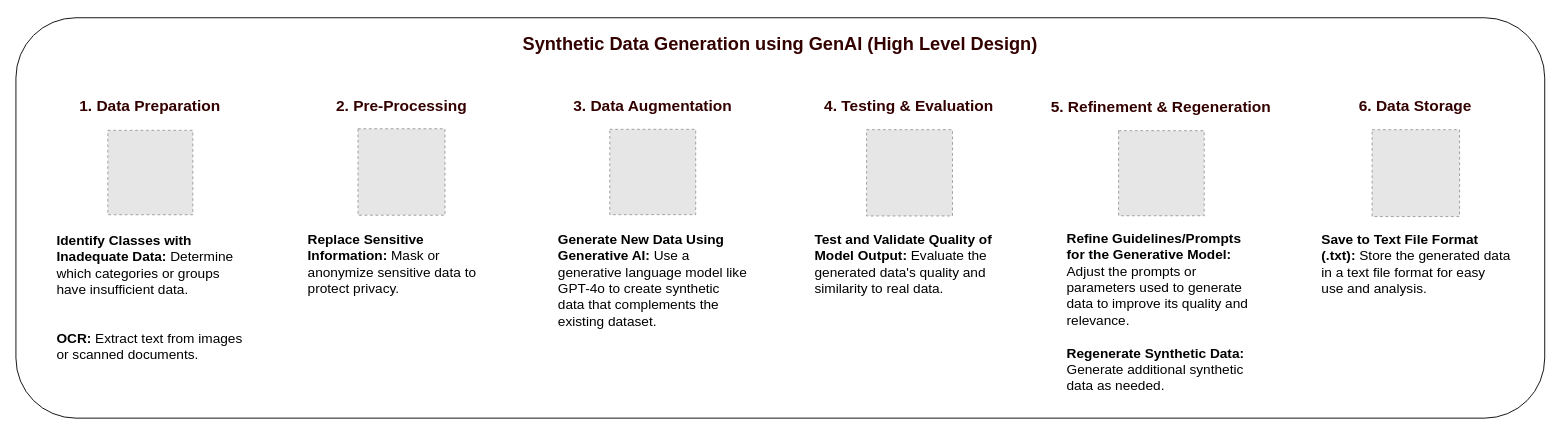
sidthedesigner/Draw.io keeps this draw.io diagram as Synthetic AI.drawio. Above is the earlier version. Source tidied: cells renumbered, new cells numbered last; positions are measured from the earlier drawing's top-left corner, leaving out a move shared by most shapes. Both pictures are drawn from the tidied source at 91%, with x=0, y=0 at pixel (15, 17). Pictures stored in the file or linked from it are replaced by grey dashed boxes.
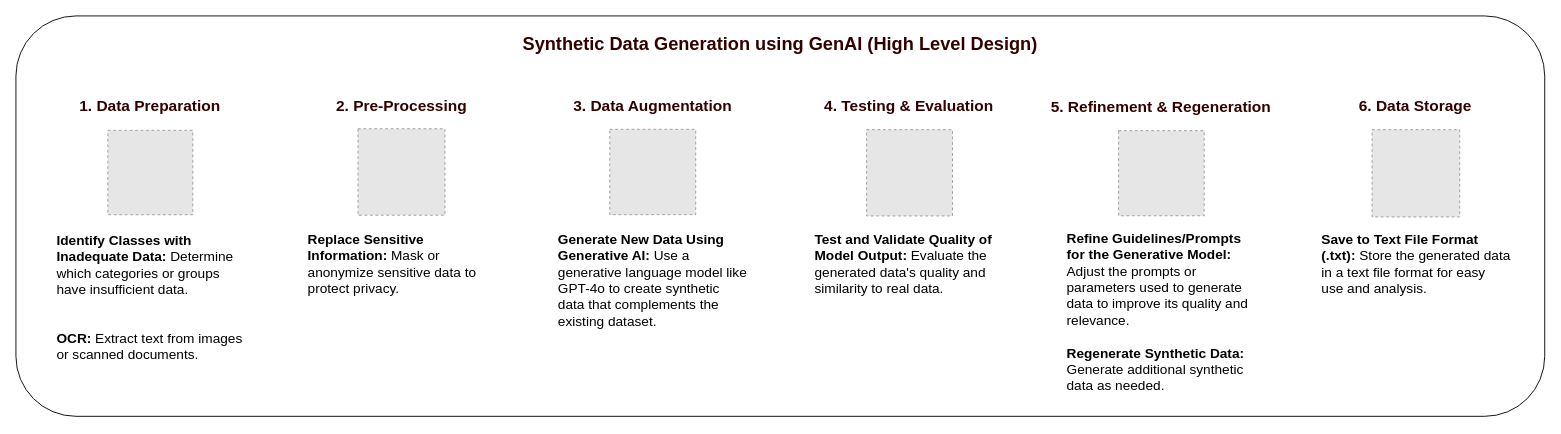
After the change.

Change to the diagram source:
```diff
@@
-    <mxCell id="2" style="fillColor=#E6E6E6;strokeColor=#999999;dashed=1;verticalLabelPosition=bottom;labelBackgroundColor=default;verticalAlign=top;" parent="1" vertex="1">
-      <mxGeometry x="1490.3" y="123" width="96.1" height="95.5" as="geometry" />
-    </mxCell>
+    <mxCell id="22" style="fillColor=#E6E6E6;strokeColor=#999999;dashed=1;verticalLabelPosition=bottom;labelBackgroundColor=default;verticalAlign=top;" parent="1" vertex="1">
+      <mxGeometry x="1490.3" y="123" width="96.3" height="95.9" as="geometry" />
+    </mxCell>
@@
     <mxCell id="21" style="rounded=1;whiteSpace=wrap;html=1;fillColor=none;" parent="1" vertex="1">
-      <mxGeometry width="1680" height="440" as="geometry" />
+      <mxGeometry y="-2" width="1680" height="440" as="geometry" />
     </mxCell>
```
